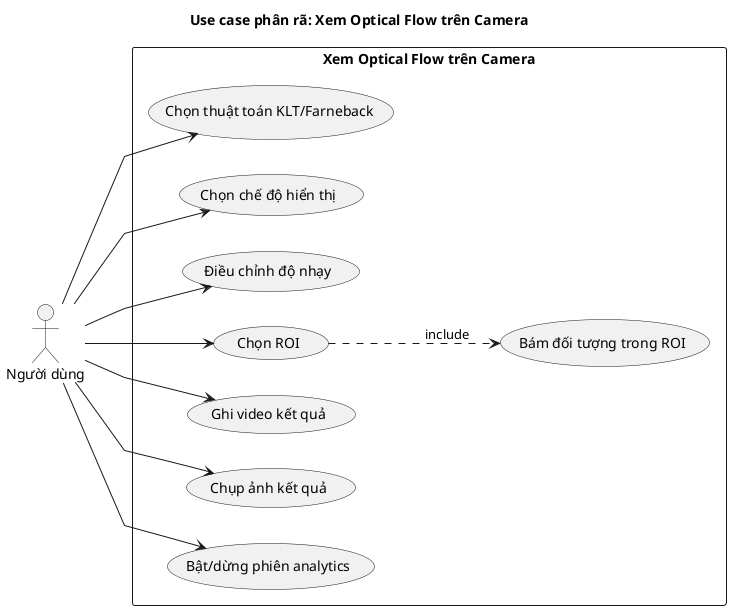
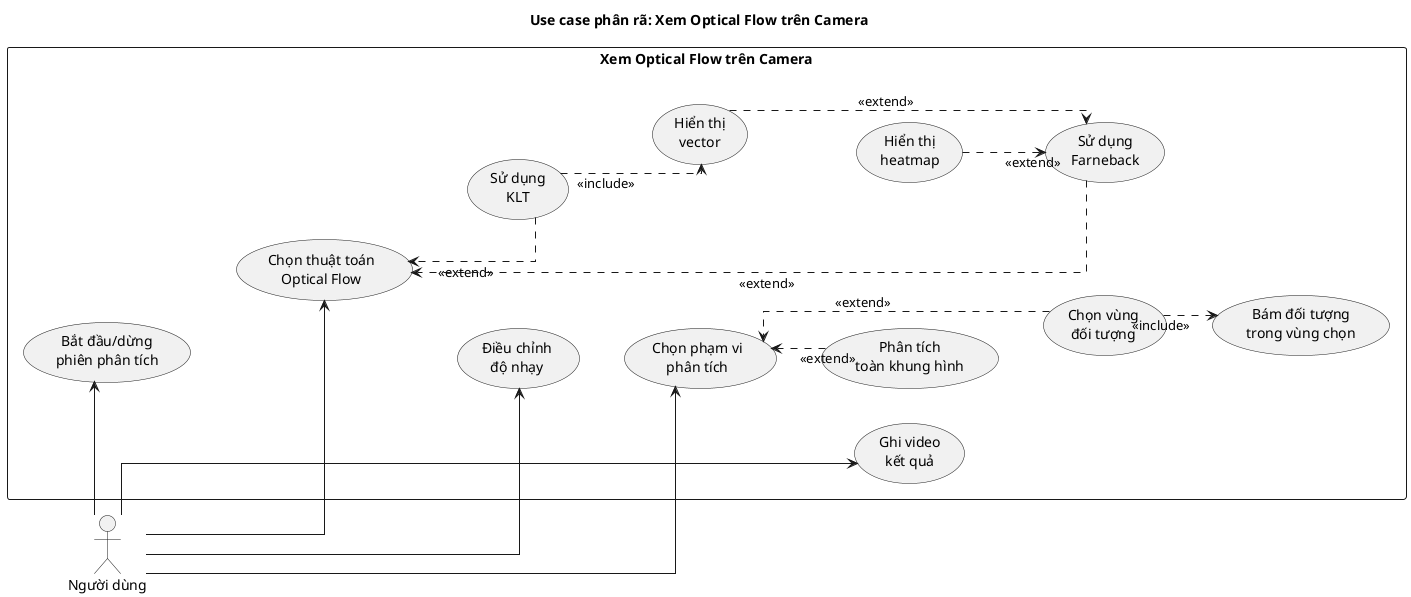
@startuml usecase_camera_optical_flow
skinparam defaultFontName "Times New Roman"
- skinparam linetype polyline
left to right direction
+ skinparam packageStyle rectangle
+ skinparam linetype ortho
+ skinparam nodesep 35
+ skinparam ranksep 45
title Use case phân rã: Xem Optical Flow trên Camera

actor "Người dùng" as User

rectangle "Xem Optical Flow trên Camera" {
-   usecase "Chọn thuật toán KLT/Farneback" as U1
-   usecase "Chọn chế độ hiển thị" as U2
-   usecase "Điều chỉnh độ nhạy" as U3
-   usecase "Chọn ROI" as U4
-   usecase "Bám đối tượng trong ROI" as U5
-   usecase "Ghi video kết quả" as U6
-   usecase "Chụp ảnh kết quả" as U7
-   usecase "Bật/dừng phiên analytics" as U8
+ 
+   usecase "Bắt đầu/dừng\nphiên phân tích" as UC_StartStop
+ 
+   usecase "Chọn thuật toán\nOptical Flow" as UC_Algorithm
+   usecase "Sử dụng\nKLT" as UC_KLT
+   usecase "Sử dụng\nFarneback" as UC_FB
+ 
+   usecase "Hiển thị\nvector" as UC_Vector
+   usecase "Hiển thị\nheatmap" as UC_Heatmap
+ 
+   usecase "Điều chỉnh\nđộ nhạy" as UC_Sensitivity
+ 
+   usecase "Chọn phạm vi\nphân tích" as UC_Target
+   usecase "Phân tích\ntoàn khung hình" as UC_Full
+   usecase "Chọn vùng\nđối tượng" as UC_SelectObject
+   usecase "Bám đối tượng\ntrong vùng chọn" as UC_Track
+ 
+   usecase "Ghi video\nkết quả" as UC_Record
+ 
+   UC_StartStop -[hidden]down- UC_Algorithm
+   UC_Algorithm -[hidden]down- UC_Sensitivity
+   UC_Sensitivity -[hidden]down- UC_Target
+   UC_Target -[hidden]down- UC_Record
+ 
+   UC_Algorithm -[hidden]right- UC_KLT
+   UC_KLT -[hidden]down- UC_FB
+ 
+   UC_FB -[hidden]right- UC_Vector
+   UC_Vector -[hidden]down- UC_Heatmap
+ 
+   UC_Target -[hidden]right- UC_Full
+   UC_Full -[hidden]down- UC_SelectObject
+   UC_SelectObject -[hidden]down- UC_Track
}

- User --> U1
- User --> U2
- User --> U3
- User --> U4
- User --> U6
- User --> U7
- User --> U8
- U4 ..> U5 : include
+ User -right-> UC_StartStop
+ User -right-> UC_Algorithm
+ User -right-> UC_Sensitivity
+ User -right-> UC_Target
+ User -right-> UC_Record
+ 
+ UC_KLT ..> UC_Algorithm : <<extend>>
+ UC_FB ..> UC_Algorithm : <<extend>>
+ 
+ UC_KLT ..> UC_Vector : <<include>>
+ UC_Vector ..> UC_FB : <<extend>>
+ UC_Heatmap ..> UC_FB : <<extend>>
+ 
+ UC_Full ..> UC_Target : <<extend>>
+ UC_SelectObject ..> UC_Target : <<extend>>
+ UC_SelectObject ..> UC_Track : <<include>>
+ 
@enduml
